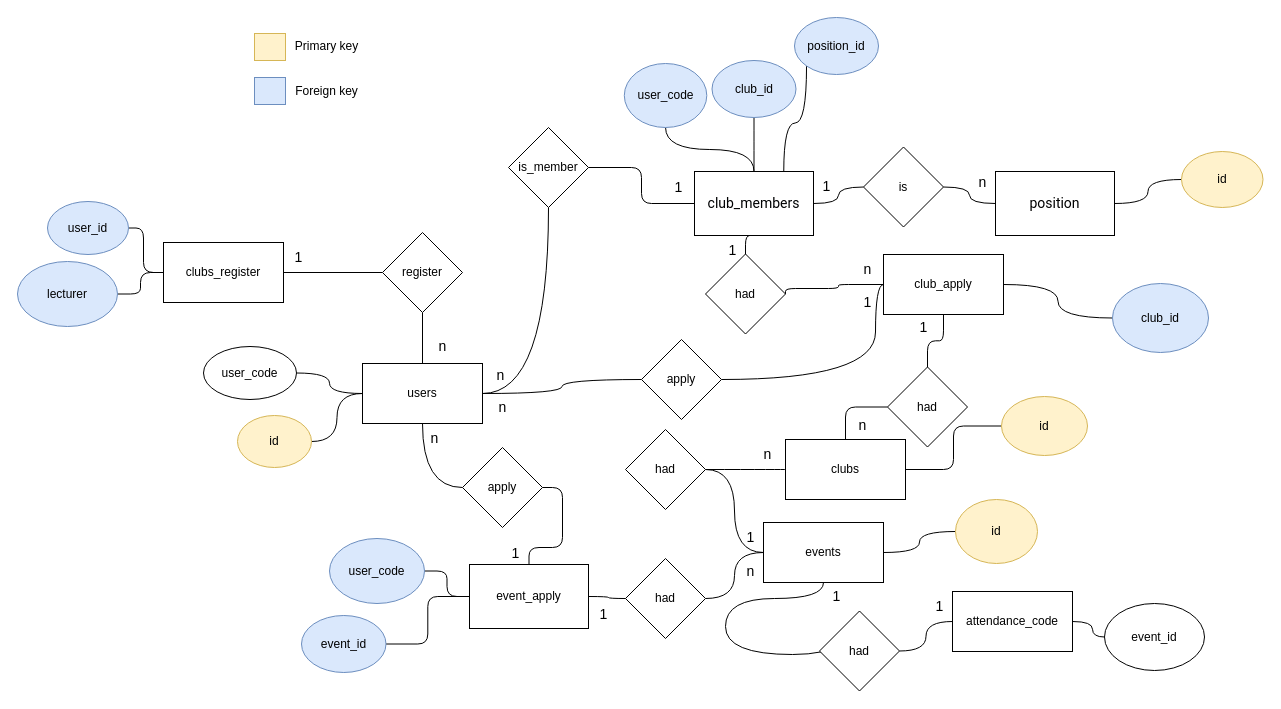
Before: page "Trang-26" (26 of 26) of Diagram.drawio in DnhTrn/finall_project, a draw.io diagram. Source tidied: cells renumbered, new cells numbered last; positions are measured from the earlier drawing's top-left corner, leaving out a move shared by most shapes. Both pictures are drawn from the tidied source at 100%, with x=0, y=0 at pixel (17, 17).
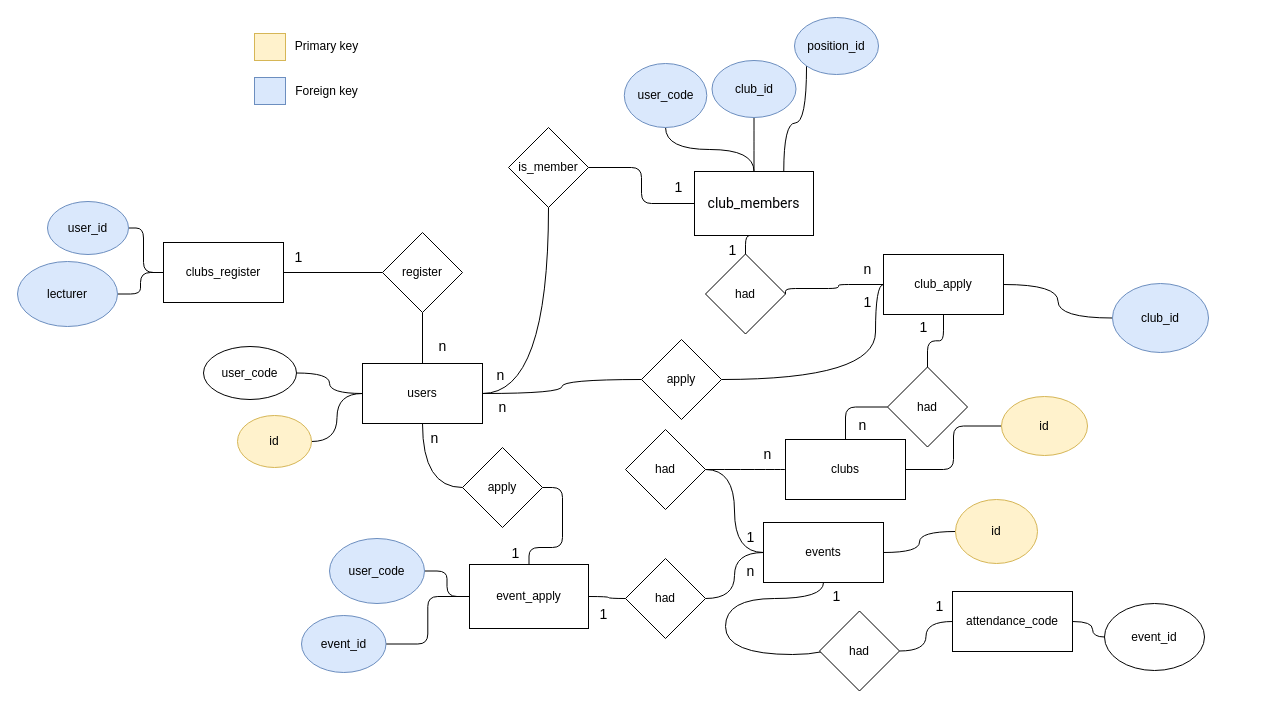
The same page after the edit.

Commit message:
Cập nhật Diagram.drawio

The change refers to these unchanged cells:
```xml
<mxCell id="31" value="&lt;div style=&quot;text-align: start;&quot;&gt;&lt;span style=&quot;background-color: initial; font-size: 14px; text-wrap-mode: nowrap;&quot;&gt;&lt;font color=&quot;#010203&quot; face=&quot;Roboto, Helvetica Neue, sans-serif&quot;&gt;club_members&lt;/font&gt;&lt;/span&gt;&lt;/div&gt;" style="rounded=0;whiteSpace=wrap;html=1;" parent="1" vertex="1">
  <mxGeometry x="677" y="154" width="119" height="64" as="geometry" />
</mxCell>
```

The edit, as a diff of the source:
```diff
@@
-    <mxCell id="24" style="edgeStyle=orthogonalEdgeStyle;rounded=0;jettySize=auto;html=1;endArrow=none;endFill=0;curved=1;" parent="1" edge="1" source="25" target="42">
-      <mxGeometry relative="1" as="geometry" />
-    </mxCell>
-    <mxCell id="25" value="&lt;div&gt;&lt;span style=&quot;font-family: Roboto, &amp;quot;Helvetica Neue&amp;quot;, sans-serif; font-size: 14px; text-align: start; text-wrap-mode: nowrap;&quot;&gt;position&lt;/span&gt;&lt;/div&gt;" style="rounded=0;whiteSpace=wrap;html=1;" parent="1" vertex="1">
-      <mxGeometry x="978" y="154" width="119" height="64" as="geometry" />
-    </mxCell>
@@
-    <mxCell id="29" style="edgeStyle=orthogonalEdgeStyle;rounded=0;jettySize=auto;html=1;exitX=1;exitY=0.5;exitDx=0;exitDy=0;entryX=0;entryY=0.5;entryDx=0;entryDy=0;curved=1;endArrow=none;endFill=0;" parent="1" edge="1" source="31" target="64">
-      <mxGeometry relative="1" as="geometry" />
-    </mxCell>
@@
-    <mxCell id="42" value="id" style="ellipse;whiteSpace=wrap;html=1;rounded=0;fillColor=#fff2cc;strokeColor=#d6b656;" parent="1" vertex="1">
-      <mxGeometry x="1164" y="134" width="81.5" height="56" as="geometry" />
-    </mxCell>
@@
-    <mxCell id="63" style="edgeStyle=orthogonalEdgeStyle;rounded=0;jettySize=auto;html=1;exitX=1;exitY=0.5;exitDx=0;exitDy=0;entryX=0;entryY=0.5;entryDx=0;entryDy=0;endArrow=none;endFill=0;curved=1;" parent="1" edge="1" source="64" target="25">
-      <mxGeometry relative="1" as="geometry" />
-    </mxCell>
-    <mxCell id="64" value="is" style="rhombus;whiteSpace=wrap;html=1;" parent="1" vertex="1">
-      <mxGeometry x="846" y="129.5" width="80" height="80" as="geometry" />
-    </mxCell>
@@
-    <mxCell id="84" value="&lt;span style=&quot;font-size: 14px;&quot;&gt;1&lt;/span&gt;" style="text;html=1;align=center;verticalAlign=middle;strokeColor=none;fillColor=none;" parent="1" vertex="1">
-      <mxGeometry x="796" y="154" width="26" height="29" as="geometry" />
-    </mxCell>
-    <mxCell id="85" value="&lt;font style=&quot;font-size: 14px;&quot;&gt;n&lt;/font&gt;" style="text;html=1;align=center;verticalAlign=middle;strokeColor=none;fillColor=none;" parent="1" vertex="1">
-      <mxGeometry x="952" y="150" width="26" height="29" as="geometry" />
-    </mxCell>
```
